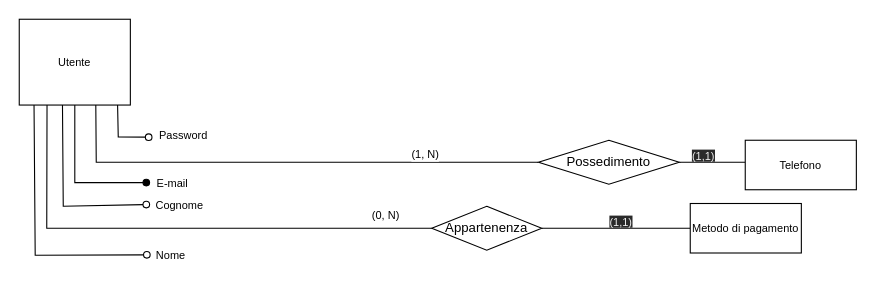
This is page "Page-16" (16 of 16) of ER.drawio from eduardz1/Home-Booking, a draw.io file, before an edit. Source tidied: cells renumbered, new cells numbered last; positions are measured from the earlier drawing's top-left corner, leaving out a move shared by most shapes. Both pictures are drawn from the tidied source at 110%, with x=0, y=0 at pixel (19, 19).
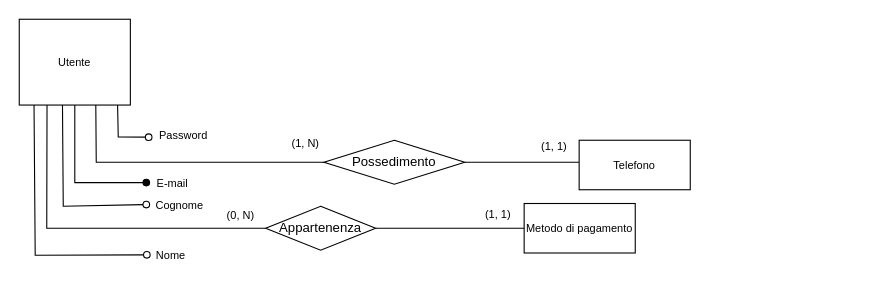
The same diagram, later.

Unchanged cells that the change refers to:
```xml
<mxCell id="3" style="endArrow=none;html=1;rounded=0;align=center;verticalAlign=top;endFill=0;labelBackgroundColor=none;endSize=6;startArrow=none;startFill=0;fontSize=10;exitX=0;exitY=0.5;exitDx=0;exitDy=0;entryX=0.689;entryY=0.999;entryDx=0;entryDy=0;entryPerimeter=0;" parent="1" edge="1" source="14" target="22">
  <mxGeometry relative="1" as="geometry">
    <Array as="points">
      <mxPoint x="70" y="130" />
    </Array>
  </mxGeometry>
</mxCell>
<mxCell id="5" style="endArrow=none;html=1;rounded=0;align=center;verticalAlign=top;endFill=0;labelBackgroundColor=none;endSize=6;startArrow=none;startFill=0;fontSize=10;exitX=0;exitY=0.5;exitDx=0;exitDy=0;entryX=0.25;entryY=1;entryDx=0;entryDy=0;" parent="1" edge="1" source="15" target="22">
  <mxGeometry relative="1" as="geometry">
    <Array as="points">
      <mxPoint x="25" y="190" />
    </Array>
  </mxGeometry>
</mxCell>
```

What changed in the source:
```diff
@@
     <mxCell id="4" value="(1, N)" style="edgeLabel;html=1;align=center;verticalAlign=middle;fontSize=10;rounded=0;" parent="3" vertex="1">
       <mxGeometry x="-0.53" relative="1" as="geometry">
-        <mxPoint x="3" y="-8" as="offset" />
+        <mxPoint x="43" y="-18" as="offset" />
       </mxGeometry>
     </mxCell>
@@
     <mxCell id="6" value="(0, N)" style="edgeLabel;html=1;align=center;verticalAlign=middle;fontSize=10;rounded=0;" parent="5" vertex="1">
       <mxGeometry x="-0.48" y="2" relative="1" as="geometry">
-        <mxPoint x="77" y="-15" as="offset" />
+        <mxPoint x="57" y="-15" as="offset" />
       </mxGeometry>
     </mxCell>
@@
     <mxCell id="14" value="Possedimento" style="rhombus;whiteSpace=wrap;html=1;" parent="1" vertex="1">
-      <mxGeometry x="472" y="110" width="128" height="40" as="geometry" />
+      <mxGeometry x="277" y="110" width="128" height="40" as="geometry" />
     </mxCell>
     <mxCell id="15" value="Appartenenza" style="rhombus;whiteSpace=wrap;html=1;" parent="1" vertex="1">
-      <mxGeometry x="375" y="170" width="100" height="40" as="geometry" />
+      <mxGeometry x="224" y="170" width="100" height="40" as="geometry" />
     </mxCell>
     <mxCell id="16" style="endArrow=none;html=1;rounded=0;align=center;verticalAlign=top;endFill=0;labelBackgroundColor=none;endSize=6;startArrow=none;startFill=0;fontSize=10;entryX=1;entryY=0.5;entryDx=0;entryDy=0;" parent="1" edge="1" target="14">
       <mxGeometry relative="1" as="geometry">
-        <mxPoint x="660" y="130" as="sourcePoint" />
+        <mxPoint x="509" y="130" as="sourcePoint" />
       </mxGeometry>
     </mxCell>
@@
     <mxCell id="18" value="Metodo di pagamento" style="rounded=0;whiteSpace=wrap;html=1;fontSize=10;" parent="1" vertex="1">
-      <mxGeometry x="610" y="167.5" width="101" height="45" as="geometry" />
+      <mxGeometry x="459" y="167.5" width="101" height="45" as="geometry" />
     </mxCell>
     <mxCell id="19" value="Telefono" style="rounded=0;whiteSpace=wrap;html=1;fontSize=10;" parent="1" vertex="1">
-      <mxGeometry x="660" y="110" width="101" height="45" as="geometry" />
+      <mxGeometry x="509" y="110" width="101" height="45" as="geometry" />
     </mxCell>
-    <mxCell id="20" value="&lt;span style=&quot;color: rgb(240, 240, 240); font-family: helvetica; font-size: 10px; font-style: normal; font-weight: 400; letter-spacing: normal; text-align: left; text-indent: 0px; text-transform: none; word-spacing: 0px; background-color: rgb(42, 42, 42); display: inline; float: none;&quot;&gt;(1,1)&lt;/span&gt;" style="text;whiteSpace=wrap;html=1;" parent="1" vertex="1">
-      <mxGeometry x="610" y="110" width="50" height="30" as="geometry" />
-    </mxCell>
-    <mxCell id="21" value="&lt;span style=&quot;color: rgb(240, 240, 240); font-family: helvetica; font-size: 10px; font-style: normal; font-weight: 400; letter-spacing: normal; text-align: left; text-indent: 0px; text-transform: none; word-spacing: 0px; background-color: rgb(42, 42, 42); display: inline; float: none;&quot;&gt;(1,1)&lt;/span&gt;" style="text;whiteSpace=wrap;html=1;" parent="1" vertex="1">
-      <mxGeometry x="535" y="169.5" width="50" height="30" as="geometry" />
-    </mxCell>
@@
+    <mxCell id="23" value="(1, 1)" style="edgeLabel;html=1;align=center;verticalAlign=middle;fontSize=10;rounded=0;" parent="1" vertex="1">
+      <mxGeometry x="490" y="114" as="geometry">
+        <mxPoint x="-5" as="offset" />
+      </mxGeometry>
+    </mxCell>
+    <mxCell id="24" value="(1, 1)" style="edgeLabel;html=1;align=center;verticalAlign=middle;fontSize=10;rounded=0;" parent="1" vertex="1">
+      <mxGeometry x="439" y="176" as="geometry">
+        <mxPoint x="-5" as="offset" />
+      </mxGeometry>
+    </mxCell>
```
